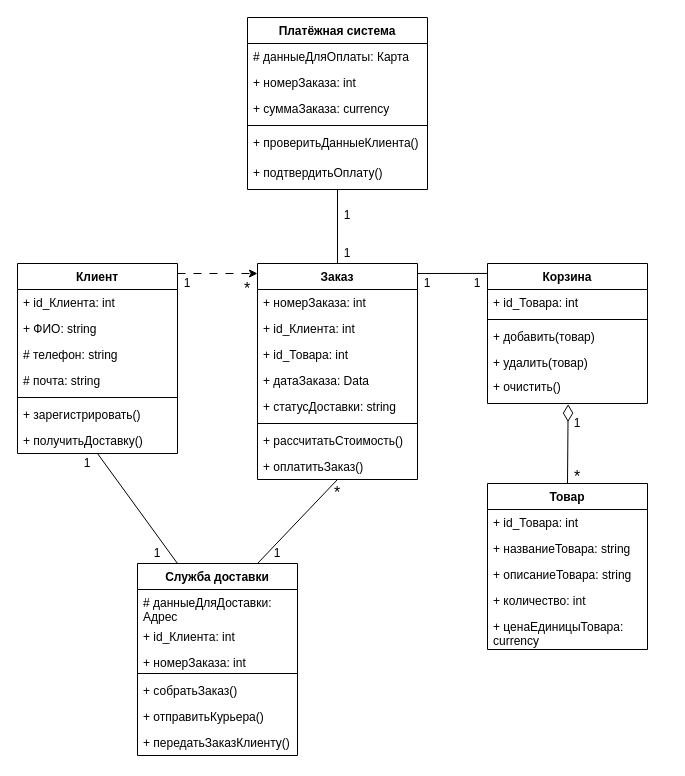
The draw.io diagram page "Классов" (5 of 8) of Все диаграммы.drawio in AnnaOtchina/AnnaKyrsach, before the edit. Source tidied: cells renumbered, new cells numbered last; positions are measured from the earlier drawing's top-left corner, leaving out a move shared by most shapes. Both pictures are drawn from the tidied source at 100%, with x=0, y=0 at pixel (17, 17).
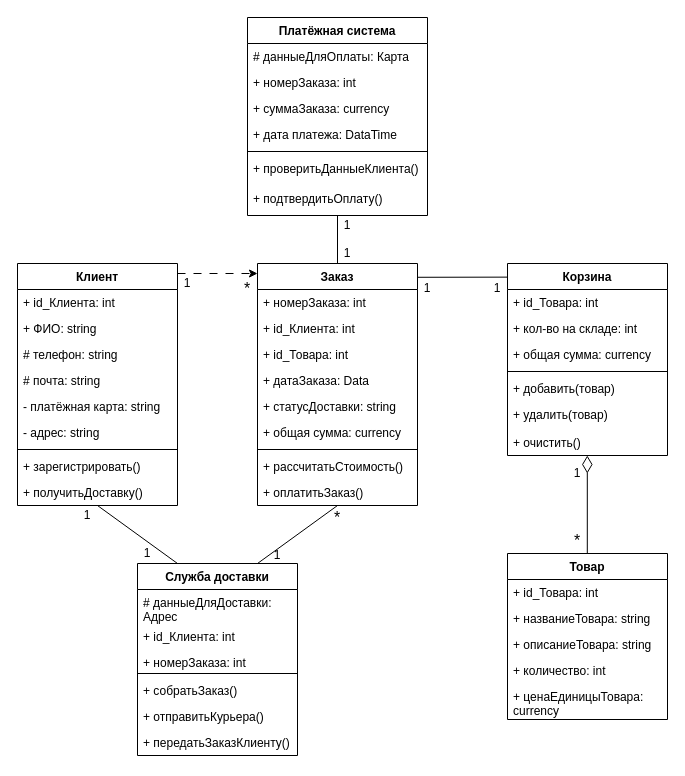
Above is the later version.

The edit, as a diff of the source:
```diff
@@
     <mxCell id="2" value="Клиент" style="swimlane;fontStyle=1;align=center;verticalAlign=top;horizontal=1;startSize=26;whiteSpace=wrap;html=1;" parent="1" vertex="1">
-      <mxGeometry y="246" width="160" height="190" as="geometry" />
+      <mxGeometry y="246" width="160" height="242" as="geometry" />
     </mxCell>
@@
+    <mxCell id="64" value="- платёжная карта: string" style="text;strokeColor=none;fillColor=none;align=left;verticalAlign=top;spacingLeft=4;spacingRight=4;overflow=hidden;whiteSpace=wrap;html=1;" parent="2" vertex="1">
+      <mxGeometry y="130" width="160" height="26" as="geometry" />
+    </mxCell>
+    <mxCell id="65" value="- адрес: string" style="text;strokeColor=none;fillColor=none;align=left;verticalAlign=top;spacingLeft=4;spacingRight=4;overflow=hidden;whiteSpace=wrap;html=1;" parent="2" vertex="1">
+      <mxGeometry y="156" width="160" height="26" as="geometry" />
+    </mxCell>
     <mxCell id="7" style="line;strokeWidth=1;fillColor=none;align=left;verticalAlign=middle;spacingTop=-1;spacingLeft=3;spacingRight=3;labelPosition=right;strokeColor=inherit;" parent="2" vertex="1">
-      <mxGeometry y="130" width="160" height="8" as="geometry" />
+      <mxGeometry y="182" width="160" height="8" as="geometry" />
     </mxCell>
     <mxCell id="8" value="+ зарегистрировать()" style="text;strokeColor=none;fillColor=none;align=left;verticalAlign=top;spacingLeft=4;spacingRight=4;overflow=hidden;whiteSpace=wrap;html=1;" parent="2" vertex="1">
-      <mxGeometry y="138" width="160" height="26" as="geometry" />
+      <mxGeometry y="190" width="160" height="26" as="geometry" />
     </mxCell>
     <mxCell id="9" value="+ получитьДоставку()" style="text;strokeColor=none;fillColor=none;align=left;verticalAlign=top;spacingLeft=4;spacingRight=4;overflow=hidden;whiteSpace=wrap;html=1;" parent="2" vertex="1">
-      <mxGeometry y="164" width="160" height="26" as="geometry" />
+      <mxGeometry y="216" width="160" height="26" as="geometry" />
     </mxCell>
     <mxCell id="10" value="Заказ" style="swimlane;fontStyle=1;align=center;verticalAlign=top;horizontal=1;startSize=26;whiteSpace=wrap;html=1;" parent="1" vertex="1">
-      <mxGeometry x="240" y="246" width="160" height="216" as="geometry" />
+      <mxGeometry x="240" y="246" width="160" height="242" as="geometry" />
     </mxCell>
@@
+    <mxCell id="66" value="+ общая сумма: currency" style="text;strokeColor=none;fillColor=none;align=left;verticalAlign=top;spacingLeft=4;spacingRight=4;overflow=hidden;whiteSpace=wrap;html=1;" parent="10" vertex="1">
+      <mxGeometry y="156" width="160" height="26" as="geometry" />
+    </mxCell>
     <mxCell id="16" style="line;strokeWidth=1;fillColor=none;align=left;verticalAlign=middle;spacingTop=-1;spacingLeft=3;spacingRight=3;labelPosition=right;strokeColor=inherit;" parent="10" vertex="1">
-      <mxGeometry y="156" width="160" height="8" as="geometry" />
+      <mxGeometry y="182" width="160" height="8" as="geometry" />
     </mxCell>
     <mxCell id="17" value="+ рассчитатьСтоимость()" style="text;strokeColor=none;fillColor=none;align=left;verticalAlign=top;spacingLeft=4;spacingRight=4;overflow=hidden;whiteSpace=wrap;html=1;" parent="10" vertex="1">
-      <mxGeometry y="164" width="160" height="26" as="geometry" />
+      <mxGeometry y="190" width="160" height="26" as="geometry" />
     </mxCell>
     <mxCell id="18" value="+ оплатитьЗаказ()" style="text;strokeColor=none;fillColor=none;align=left;verticalAlign=top;spacingLeft=4;spacingRight=4;overflow=hidden;whiteSpace=wrap;html=1;" parent="10" vertex="1">
-      <mxGeometry y="190" width="160" height="26" as="geometry" />
+      <mxGeometry y="216" width="160" height="26" as="geometry" />
     </mxCell>
-    <mxCell id="19" style="rounded=0;jettySize=auto;html=1;exitX=-0.003;exitY=0.071;exitDx=0;exitDy=0;endArrow=none;endFill=0;exitPerimeter=0;entryX=0;entryY=0;entryDx=0;entryDy=0;" parent="1" edge="1" source="20" target="54">
+    <mxCell id="19" style="rounded=0;jettySize=auto;html=1;exitX=-0.003;exitY=0.071;exitDx=0;exitDy=0;endArrow=none;endFill=0;exitPerimeter=0;entryX=1.002;entryY=0.057;entryDx=0;entryDy=0;entryPerimeter=0;" parent="1" edge="1" source="20" target="10">
       <mxGeometry relative="1" as="geometry" />
     </mxCell>
     <mxCell id="20" value="Корзина" style="swimlane;fontStyle=1;align=center;verticalAlign=top;horizontal=1;startSize=26;whiteSpace=wrap;html=1;" parent="1" vertex="1">
-      <mxGeometry x="470" y="246" width="160" height="140" as="geometry" />
+      <mxGeometry x="490" y="246" width="160" height="192" as="geometry" />
     </mxCell>
@@
+    <mxCell id="67" value="+ кол-во на складе: int" style="text;strokeColor=none;fillColor=none;align=left;verticalAlign=top;spacingLeft=4;spacingRight=4;overflow=hidden;whiteSpace=wrap;html=1;" parent="20" vertex="1">
+      <mxGeometry y="52" width="160" height="26" as="geometry" />
+    </mxCell>
+    <mxCell id="68" value="+ общая сумма: currency" style="text;strokeColor=none;fillColor=none;align=left;verticalAlign=top;spacingLeft=4;spacingRight=4;overflow=hidden;whiteSpace=wrap;html=1;" parent="20" vertex="1">
+      <mxGeometry y="78" width="160" height="26" as="geometry" />
+    </mxCell>
     <mxCell id="22" style="line;strokeWidth=1;fillColor=none;align=left;verticalAlign=middle;spacingTop=-1;spacingLeft=3;spacingRight=3;labelPosition=right;strokeColor=inherit;" parent="20" vertex="1">
-      <mxGeometry y="52" width="160" height="8" as="geometry" />
+      <mxGeometry y="104" width="160" height="8" as="geometry" />
     </mxCell>
     <mxCell id="23" value="+ добавить(товар)" style="text;strokeColor=none;fillColor=none;align=left;verticalAlign=top;spacingLeft=4;spacingRight=4;overflow=hidden;whiteSpace=wrap;html=1;" parent="20" vertex="1">
-      <mxGeometry y="60" width="160" height="26" as="geometry" />
+      <mxGeometry y="112" width="160" height="26" as="geometry" />
     </mxCell>
     <mxCell id="24" value="+ удалить(товар)" style="text;strokeColor=none;fillColor=none;align=left;verticalAlign=top;spacingLeft=4;spacingRight=4;overflow=hidden;points=[[0,0.5],[1,0.5]];portConstraint=eastwest;whiteSpace=wrap;html=1;" parent="20" vertex="1">
-      <mxGeometry y="86" width="160" height="54" as="geometry" />
+      <mxGeometry y="138" width="160" height="28" as="geometry" />
     </mxCell>
     <mxCell id="25" value="+ очистить()" style="text;strokeColor=none;fillColor=none;align=left;verticalAlign=top;spacingLeft=4;spacingRight=4;overflow=hidden;whiteSpace=wrap;html=1;" parent="20" vertex="1">
-      <mxGeometry y="110" width="160" height="26" as="geometry" />
+      <mxGeometry y="166" width="160" height="26" as="geometry" />
     </mxCell>
-    <mxCell id="26" style="rounded=0;jettySize=auto;html=1;exitX=0.5;exitY=0;exitDx=0;exitDy=0;endArrow=diamondThin;endFill=0;endSize=15;entryX=0.504;entryY=1.012;entryDx=0;entryDy=0;entryPerimeter=0;" parent="1" edge="1" source="27" target="24">
-      <mxGeometry relative="1" as="geometry" />
+    <mxCell id="26" style="rounded=0;orthogonalLoop=1;jettySize=auto;html=1;exitX=0.5;exitY=0;exitDx=0;exitDy=0;endArrow=diamondThin;endFill=0;endSize=15;entryX=0.5;entryY=1;entryDx=0;entryDy=0;entryPerimeter=0;" parent="1" edge="1">
+      <mxGeometry relative="1" as="geometry">
+        <mxPoint x="569.8" y="536" as="sourcePoint" />
+        <mxPoint x="569.8" y="438" as="targetPoint" />
+      </mxGeometry>
     </mxCell>
     <mxCell id="27" value="Товар" style="swimlane;fontStyle=1;align=center;verticalAlign=top;horizontal=1;startSize=26;whiteSpace=wrap;html=1;" parent="1" vertex="1">
-      <mxGeometry x="470" y="466" width="160" height="166" as="geometry" />
+      <mxGeometry x="490" y="536" width="160" height="166" as="geometry" />
     </mxCell>
@@
     <mxCell id="33" value="Платёжная система" style="swimlane;fontStyle=1;align=center;verticalAlign=top;horizontal=1;startSize=26;whiteSpace=wrap;html=1;" parent="1" vertex="1">
-      <mxGeometry x="230" width="180" height="172" as="geometry" />
+      <mxGeometry x="230" width="180" height="198" as="geometry" />
     </mxCell>
@@
+    <mxCell id="69" value="+ дата платежа: DataTime" style="text;strokeColor=none;fillColor=none;align=left;verticalAlign=top;spacingLeft=4;spacingRight=4;overflow=hidden;whiteSpace=wrap;html=1;" parent="33" vertex="1">
+      <mxGeometry y="104" width="180" height="26" as="geometry" />
+    </mxCell>
     <mxCell id="37" style="line;strokeWidth=1;fillColor=none;align=left;verticalAlign=middle;spacingTop=-1;spacingLeft=3;spacingRight=3;labelPosition=right;strokeColor=inherit;" parent="33" vertex="1">
-      <mxGeometry y="104" width="180" height="8" as="geometry" />
+      <mxGeometry y="130" width="180" height="8" as="geometry" />
     </mxCell>
     <mxCell id="38" value="+ проверитьДанныеКлиента()" style="text;strokeColor=none;fillColor=none;align=left;verticalAlign=top;spacingLeft=4;spacingRight=4;overflow=hidden;whiteSpace=wrap;html=1;" parent="33" vertex="1">
-      <mxGeometry y="112" width="180" height="30" as="geometry" />
+      <mxGeometry y="138" width="180" height="30" as="geometry" />
     </mxCell>
     <mxCell id="39" value="+ подтвердитьОплату()" style="text;strokeColor=none;fillColor=none;align=left;verticalAlign=top;spacingLeft=4;spacingRight=4;overflow=hidden;whiteSpace=wrap;html=1;" parent="33" vertex="1">
-      <mxGeometry y="142" width="180" height="30" as="geometry" />
+      <mxGeometry y="168" width="180" height="30" as="geometry" />
     </mxCell>
@@
     <mxCell id="52" value="1" style="text;html=1;whiteSpace=wrap;strokeColor=none;fillColor=none;align=center;verticalAlign=middle;rounded=0;" parent="1" vertex="1">
-      <mxGeometry x="250" y="526" width="20" height="20" as="geometry" />
+      <mxGeometry x="250" y="526" width="20" height="24" as="geometry" />
     </mxCell>
     <mxCell id="53" value="1" style="text;html=1;whiteSpace=wrap;strokeColor=none;fillColor=none;align=center;verticalAlign=middle;rounded=0;" parent="1" vertex="1">
-      <mxGeometry x="450" y="256" width="20" height="20" as="geometry" />
+      <mxGeometry x="470" y="261" width="20" height="20" as="geometry" />
     </mxCell>
     <mxCell id="54" value="1" style="text;html=1;whiteSpace=wrap;strokeColor=none;fillColor=none;align=center;verticalAlign=middle;rounded=0;" parent="1" vertex="1">
-      <mxGeometry x="400" y="256" width="20" height="20" as="geometry" />
+      <mxGeometry x="400" y="261" width="20" height="20" as="geometry" />
     </mxCell>
     <mxCell id="55" value="&lt;font&gt;*&lt;/font&gt;" style="text;html=1;whiteSpace=wrap;strokeColor=none;fillColor=none;align=center;verticalAlign=middle;rounded=0;fontSize=16;" parent="1" vertex="1">
-      <mxGeometry x="550" y="448.5" width="20" height="20" as="geometry" />
+      <mxGeometry x="550" y="513" width="20" height="20" as="geometry" />
     </mxCell>
@@
     <mxCell id="57" value="&lt;font&gt;*&lt;/font&gt;" style="text;html=1;whiteSpace=wrap;strokeColor=none;fillColor=none;align=center;verticalAlign=middle;rounded=0;fontSize=16;" parent="1" vertex="1">
-      <mxGeometry x="310" y="462" width="20" height="25" as="geometry" />
+      <mxGeometry x="310" y="487" width="20" height="25" as="geometry" />
     </mxCell>
     <mxCell id="58" value="1" style="text;html=1;whiteSpace=wrap;strokeColor=none;fillColor=none;align=center;verticalAlign=middle;rounded=0;" parent="1" vertex="1">
-      <mxGeometry x="550" y="396" width="20" height="20" as="geometry" />
+      <mxGeometry x="550" y="446" width="20" height="20" as="geometry" />
     </mxCell>
@@
     <mxCell id="60" value="1" style="text;html=1;whiteSpace=wrap;strokeColor=none;fillColor=none;align=center;verticalAlign=middle;rounded=0;" parent="1" vertex="1">
-      <mxGeometry x="320" y="188" width="20" height="20" as="geometry" />
+      <mxGeometry x="320" y="198" width="20" height="20" as="geometry" />
     </mxCell>
@@
     <mxCell id="62" value="1" style="text;html=1;whiteSpace=wrap;strokeColor=none;fillColor=none;align=center;verticalAlign=middle;rounded=0;" parent="1" vertex="1">
-      <mxGeometry x="60" y="436" width="20" height="20" as="geometry" />
+      <mxGeometry x="60" y="488" width="20" height="20" as="geometry" />
     </mxCell>
     <mxCell id="63" value="1" style="text;html=1;whiteSpace=wrap;strokeColor=none;fillColor=none;align=center;verticalAlign=middle;rounded=0;" parent="1" vertex="1">
-      <mxGeometry x="130" y="526" width="20" height="20" as="geometry" />
+      <mxGeometry x="120" y="526" width="20" height="20" as="geometry" />
     </mxCell>
```
